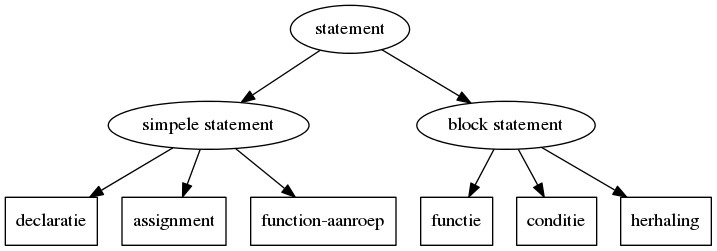
bartvoet/groupt_microcontrollers keeps this Graphviz diagram as pictures/code_hierachy_of_statements.png. Above is the earlier version. Its source is kept beside it as graphviz/code_hierachy_of_statements.dot.
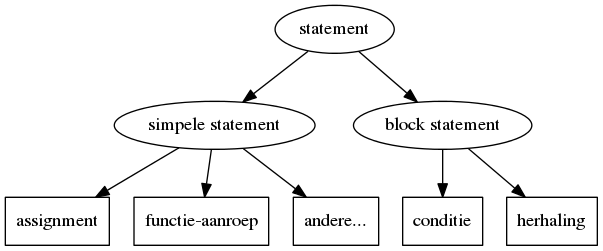
After the commit.

Change to the diagram source:
```diff
@@ -2,7 +2,7 @@
 
   #declaratie
   statement[label="statement"];
-  function_statement[label="functie" shape="box"]
+  #function_statement[label="functie" shape="box"]
   #types
 
 	simple_statement[label="simpele statement"];
@@ -10,9 +10,9 @@
 	statement -> simple_statement;
 	statement -> block_statement;
 
-	declaration[label="declaratie",shape=box]
 	assignment[label="assignment",shape=box]
-	function_call[label="function-aanroep",shape=box]
+	function_call[label="functie-aanroep",shape=box]
+	declaration[label="andere...",shape=box]
 
 	simple_statement -> function_call
 	simple_statement -> assignment
@@ -24,6 +24,5 @@
 
 	block_statement -> conditional_statement;
 	block_statement -> repeat_statement;
-	block_statement -> function_statement;
 
 }
```
